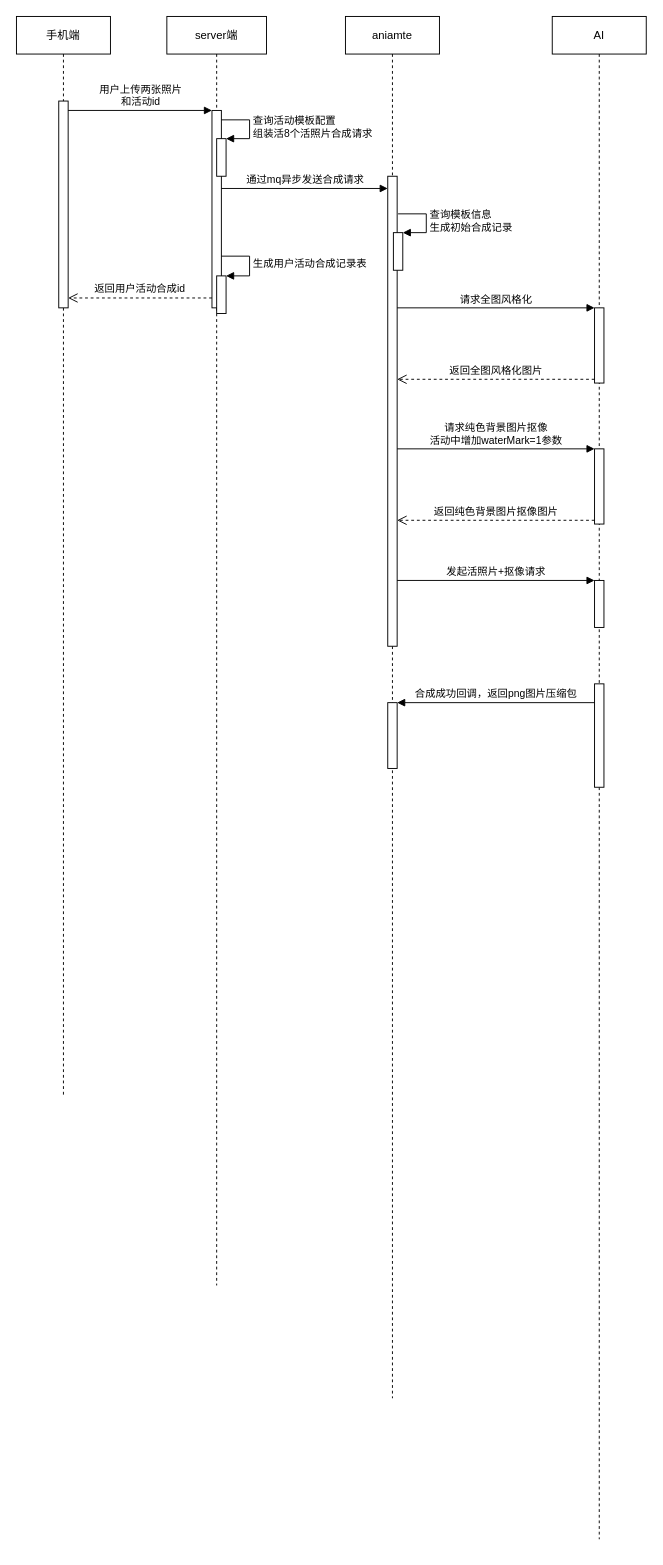
milletzhu/datasource keeps this draw.io diagram as 万圣节活动流程活动图.drawio. Above is the earlier version. Source tidied: cells renumbered, new cells numbered last; positions are measured from the earlier drawing's top-left corner, leaving out a move shared by most shapes. Both pictures are drawn from the tidied source at 94%, with x=0, y=0 at pixel (16, 16).
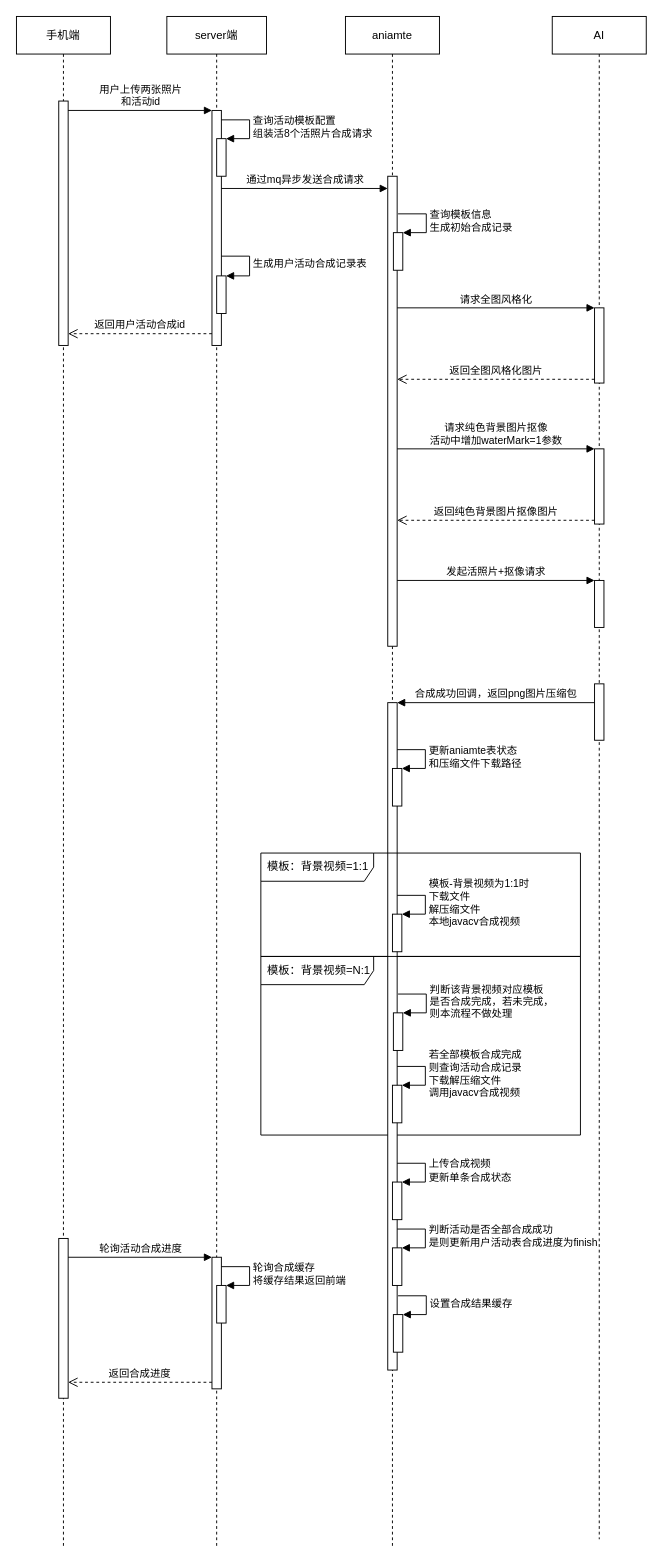
After the change.

Commit message:
更新万圣节活动流程活动图.drawio

Unchanged cells that the change refers to:
```xml
<mxCell id="15" value="AI" style="shape=umlLifeline;perimeter=lifelinePerimeter;whiteSpace=wrap;html=1;" parent="1" vertex="1">
  <mxGeometry x="570" width="100" height="1620" as="geometry" />
</mxCell>
```

The edit, as a diff of the source:
```diff
@@
+    <mxCell id="29" value="模板：背景视频=N:1" style="shape=umlFrame;whiteSpace=wrap;html=1;width=120;height=30;boundedLbl=1;verticalAlign=middle;align=left;spacingLeft=5;" parent="1" vertex="1">
+      <mxGeometry x="260" y="1000" width="340" height="190" as="geometry" />
+    </mxCell>
     <mxCell id="2" value="手机端" style="shape=umlLifeline;perimeter=lifelinePerimeter;whiteSpace=wrap;html=1;" parent="1" vertex="1">
-      <mxGeometry width="100" height="1150" as="geometry" />
+      <mxGeometry width="100" height="1630" as="geometry" />
     </mxCell>
     <mxCell id="3" style="html=1;points=[];perimeter=orthogonalPerimeter;" parent="2" vertex="1">
-      <mxGeometry x="45" y="90" width="10" height="220" as="geometry" />
+      <mxGeometry x="45" y="90" width="10" height="260" as="geometry" />
     </mxCell>
+    <mxCell id="30" style="html=1;points=[];perimeter=orthogonalPerimeter;" parent="2" vertex="1">
+      <mxGeometry x="45" y="1300" width="10" height="170" as="geometry" />
+    </mxCell>
     <mxCell id="4" value="server端" style="shape=umlLifeline;perimeter=lifelinePerimeter;whiteSpace=wrap;html=1;" parent="1" vertex="1">
-      <mxGeometry x="160" width="106" height="1350" as="geometry" />
+      <mxGeometry x="160" width="106" height="1630" as="geometry" />
     </mxCell>
     <mxCell id="5" style="html=1;points=[];perimeter=orthogonalPerimeter;" parent="4" vertex="1">
-      <mxGeometry x="48" y="100" width="10" height="210" as="geometry" />
+      <mxGeometry x="48" y="100" width="10" height="250" as="geometry" />
     </mxCell>
@@
+    <mxCell id="31" style="html=1;points=[];perimeter=orthogonalPerimeter;" parent="4" vertex="1">
+      <mxGeometry x="48" y="1320" width="10" height="140" as="geometry" />
+    </mxCell>
+    <mxCell id="32" style="html=1;points=[];perimeter=orthogonalPerimeter;" parent="4" vertex="1">
+      <mxGeometry x="53" y="1350" width="10" height="40" as="geometry" />
+    </mxCell>
+    <mxCell id="33" value="轮询合成缓存&lt;br&gt;将缓存结果返回前端" style="edgeStyle=orthogonalEdgeStyle;html=1;align=left;spacingLeft=2;endArrow=block;rounded=0;entryX=1;entryY=0;" parent="4" edge="1" target="32">
+      <mxGeometry relative="1" as="geometry">
+        <mxPoint x="58" y="1330" as="sourcePoint" />
+        <Array as="points">
+          <mxPoint x="88" y="1330" />
+        </Array>
+      </mxGeometry>
+    </mxCell>
     <mxCell id="10" value="aniamte" style="shape=umlLifeline;perimeter=lifelinePerimeter;whiteSpace=wrap;html=1;" parent="1" vertex="1">
-      <mxGeometry x="350" width="100" height="1470" as="geometry" />
+      <mxGeometry x="350" width="100" height="1630" as="geometry" />
     </mxCell>
@@
     <mxCell id="14" style="html=1;points=[];perimeter=orthogonalPerimeter;" parent="10" vertex="1">
-      <mxGeometry x="45" y="730" width="10" height="70" as="geometry" />
+      <mxGeometry x="45" y="730" width="10" height="710" as="geometry" />
     </mxCell>
+    <mxCell id="34" style="html=1;points=[];perimeter=orthogonalPerimeter;" parent="10" vertex="1">
+      <mxGeometry x="50" y="800" width="10" height="40" as="geometry" />
+    </mxCell>
+    <mxCell id="35" value="更新aniamte表状态&lt;br&gt;和压缩文件下载路径" style="edgeStyle=orthogonalEdgeStyle;html=1;align=left;spacingLeft=2;endArrow=block;rounded=0;entryX=1;entryY=0;" parent="10" edge="1" target="34">
+      <mxGeometry relative="1" as="geometry">
+        <mxPoint x="55" y="780" as="sourcePoint" />
+        <Array as="points">
+          <mxPoint x="85" y="780" />
+        </Array>
+      </mxGeometry>
+    </mxCell>
+    <mxCell id="36" style="html=1;points=[];perimeter=orthogonalPerimeter;" parent="10" vertex="1">
+      <mxGeometry x="50" y="955" width="10" height="40" as="geometry" />
+    </mxCell>
+    <mxCell id="37" value="模板-背景视频为1:1时&lt;br&gt;下载文件&lt;br&gt;解压缩文件&lt;br&gt;本地javacv合成视频" style="edgeStyle=orthogonalEdgeStyle;html=1;align=left;spacingLeft=2;endArrow=block;rounded=0;entryX=1;entryY=0;" parent="10" edge="1" target="36">
+      <mxGeometry relative="1" as="geometry">
+        <mxPoint x="55" y="935" as="sourcePoint" />
+        <Array as="points">
+          <mxPoint x="85" y="935" />
+        </Array>
+      </mxGeometry>
+    </mxCell>
+    <mxCell id="38" style="html=1;points=[];perimeter=orthogonalPerimeter;" parent="10" vertex="1">
+      <mxGeometry x="51" y="1060" width="10" height="40" as="geometry" />
+    </mxCell>
+    <mxCell id="39" value="判断该背景视频对应模板&lt;br&gt;是否合成完成，若未完成，&lt;br&gt;则本流程不做处理" style="edgeStyle=orthogonalEdgeStyle;html=1;align=left;spacingLeft=2;endArrow=block;rounded=0;entryX=1;entryY=0;" parent="10" edge="1" target="38">
+      <mxGeometry relative="1" as="geometry">
+        <mxPoint x="56" y="1040" as="sourcePoint" />
+        <Array as="points">
+          <mxPoint x="86" y="1040" />
+        </Array>
+      </mxGeometry>
+    </mxCell>
+    <mxCell id="40" style="html=1;points=[];perimeter=orthogonalPerimeter;" parent="10" vertex="1">
+      <mxGeometry x="50" y="1137" width="10" height="40" as="geometry" />
+    </mxCell>
+    <mxCell id="41" value="若全部模板合成完成&lt;br&gt;则查询活动合成记录&lt;br&gt;下载解压缩文件&lt;br&gt;调用javacv合成视频" style="edgeStyle=orthogonalEdgeStyle;html=1;align=left;spacingLeft=2;endArrow=block;rounded=0;entryX=1;entryY=0;" parent="10" edge="1" target="40">
+      <mxGeometry relative="1" as="geometry">
+        <mxPoint x="55" y="1117" as="sourcePoint" />
+        <Array as="points">
+          <mxPoint x="85" y="1117" />
+        </Array>
+      </mxGeometry>
+    </mxCell>
+    <mxCell id="42" style="html=1;points=[];perimeter=orthogonalPerimeter;" parent="10" vertex="1">
+      <mxGeometry x="50" y="1240" width="10" height="40" as="geometry" />
+    </mxCell>
+    <mxCell id="43" value="上传合成视频&lt;br&gt;更新单条合成状态" style="edgeStyle=orthogonalEdgeStyle;html=1;align=left;spacingLeft=2;endArrow=block;rounded=0;entryX=1;entryY=0;" parent="10" edge="1" target="42">
+      <mxGeometry relative="1" as="geometry">
+        <mxPoint x="55" y="1220" as="sourcePoint" />
+        <Array as="points">
+          <mxPoint x="85" y="1220" />
+        </Array>
+      </mxGeometry>
+    </mxCell>
+    <mxCell id="44" style="html=1;points=[];perimeter=orthogonalPerimeter;" parent="10" vertex="1">
+      <mxGeometry x="51" y="1381" width="10" height="40" as="geometry" />
+    </mxCell>
+    <mxCell id="45" value="设置合成结果缓存" style="edgeStyle=orthogonalEdgeStyle;html=1;align=left;spacingLeft=2;endArrow=block;rounded=0;entryX=1;entryY=0;" parent="10" edge="1" target="44">
+      <mxGeometry relative="1" as="geometry">
+        <mxPoint x="56" y="1361" as="sourcePoint" />
+        <Array as="points">
+          <mxPoint x="86" y="1361" />
+        </Array>
+      </mxGeometry>
+    </mxCell>
+    <mxCell id="46" style="html=1;points=[];perimeter=orthogonalPerimeter;" parent="10" vertex="1">
+      <mxGeometry x="50" y="1310" width="10" height="40" as="geometry" />
+    </mxCell>
+    <mxCell id="47" value="判断活动是否全部合成成功&lt;br&gt;是则更新用户活动表合成进度为finish" style="edgeStyle=orthogonalEdgeStyle;html=1;align=left;spacingLeft=2;endArrow=block;rounded=0;entryX=1;entryY=0;" parent="10" edge="1" target="46">
+      <mxGeometry relative="1" as="geometry">
+        <mxPoint x="55" y="1290" as="sourcePoint" />
+        <Array as="points">
+          <mxPoint x="85" y="1290" />
+        </Array>
+      </mxGeometry>
+    </mxCell>
@@
     <mxCell id="19" style="html=1;points=[];perimeter=orthogonalPerimeter;" parent="15" vertex="1">
-      <mxGeometry x="45" y="710" width="10" height="110" as="geometry" />
+      <mxGeometry x="45" y="710" width="10" height="60" as="geometry" />
     </mxCell>
@@
+    <mxCell id="48" value="模板：背景视频=1:1" style="shape=umlFrame;whiteSpace=wrap;html=1;width=120;height=30;boundedLbl=1;verticalAlign=middle;align=left;spacingLeft=5;" parent="1" vertex="1">
+      <mxGeometry x="260" y="890" width="340" height="110" as="geometry" />
+    </mxCell>
+    <mxCell id="49" value="轮询活动合成进度" style="html=1;verticalAlign=bottom;endArrow=block;entryX=0;entryY=0;rounded=0;" parent="1" edge="1" source="30" target="31">
+      <mxGeometry relative="1" as="geometry" />
+    </mxCell>
+    <mxCell id="50" value="返回合成进度" style="html=1;verticalAlign=bottom;endArrow=open;dashed=1;endSize=8;exitX=0;exitY=0.95;rounded=0;" parent="1" edge="1" source="31" target="30">
+      <mxGeometry relative="1" as="geometry" />
+    </mxCell>
```
